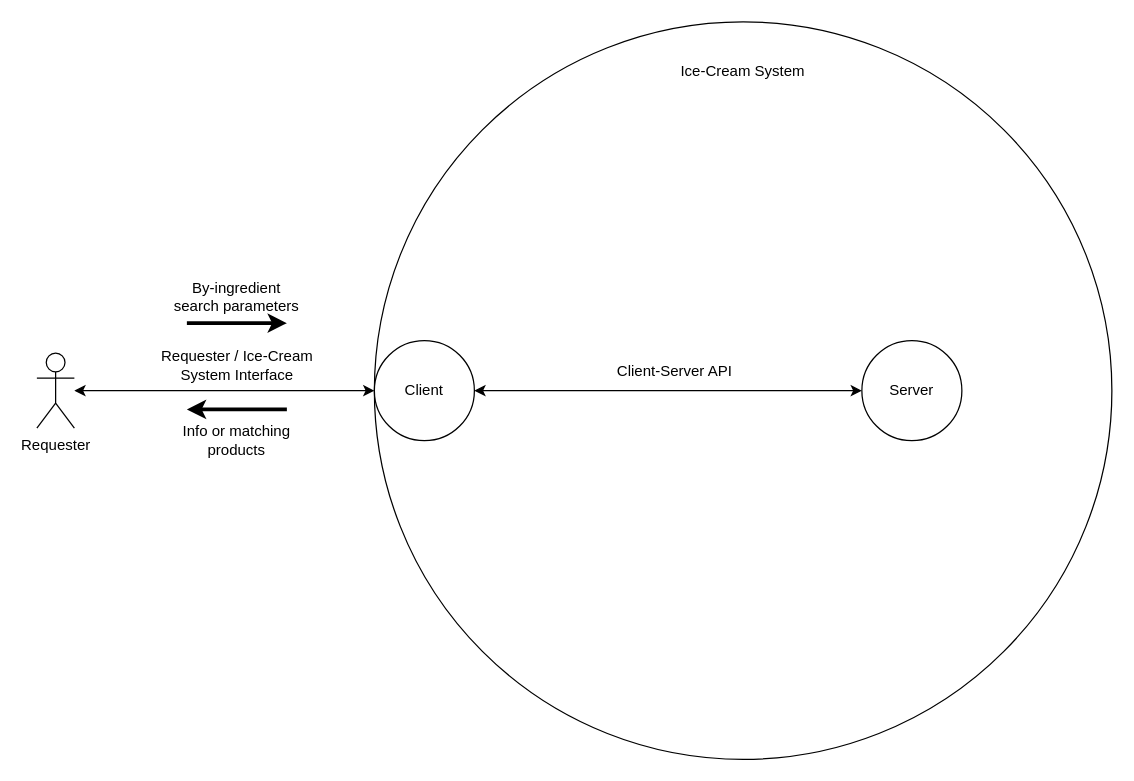
This is System_Analysis/Ice-Cream_System.drawio from tslever/Tom_Levers_Public_Git_Repository, a draw.io file, before an edit. Source tidied: cells renumbered, new cells numbered last; positions are measured from the earlier drawing's top-left corner, leaving out a move shared by most shapes. Both pictures are drawn from the tidied source at 125%, with x=0, y=0 at pixel (36, 21).
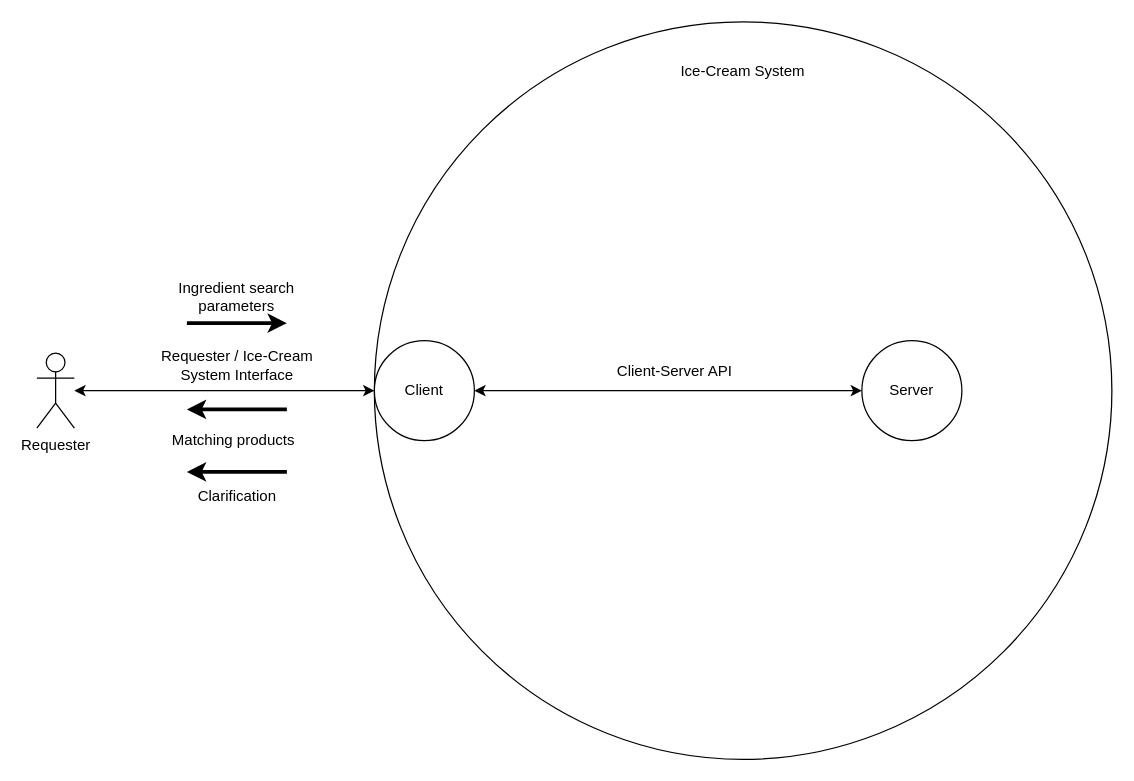
After the change.

The edit, as a diff of the source:
```diff
@@
-    <mxCell id="6" style="group;" parent="1" vertex="1">
-      <mxGeometry x="120" y="310" width="80" height="35" as="geometry" />
-    </mxCell>
-    <mxCell id="7" style="endArrow=none;html=1;strokeWidth=3;startArrow=classic;startFill=1;" parent="6" edge="1">
-      <mxGeometry relative="1" as="geometry">
-        <mxPoint as="sourcePoint" />
-        <mxPoint x="80" as="targetPoint" />
-      </mxGeometry>
-    </mxCell>
-    <mxCell id="8" value="Info or matching products" style="text;html=1;strokeColor=none;fillColor=none;align=center;verticalAlign=middle;whiteSpace=wrap;rounded=0;" parent="6" vertex="1">
-      <mxGeometry x="-5" y="15" width="90" height="20" as="geometry" />
-    </mxCell>
@@
-    <mxCell id="19" value="By-ingredient search parameters" style="text;html=1;strokeColor=none;fillColor=none;align=center;verticalAlign=middle;whiteSpace=wrap;rounded=0;" parent="1" vertex="1">
+    <mxCell id="19" value="Ingredient search parameters" style="text;html=1;strokeColor=none;fillColor=none;align=center;verticalAlign=middle;whiteSpace=wrap;rounded=0;" parent="1" vertex="1">
       <mxGeometry x="105" y="210" width="110" height="20" as="geometry" />
     </mxCell>
+    <mxCell id="7" style="endArrow=none;html=1;strokeWidth=3;startArrow=classic;startFill=1;" parent="1" edge="1">
+      <mxGeometry x="160" y="430" as="geometry">
+        <mxPoint x="120" y="310" as="sourcePoint" />
+        <mxPoint x="200" y="310" as="targetPoint" />
+      </mxGeometry>
+    </mxCell>
+    <mxCell id="8" value="Matching products" style="text;html=1;strokeColor=none;fillColor=none;align=center;verticalAlign=middle;whiteSpace=wrap;rounded=0;" parent="1" vertex="1">
+      <mxGeometry x="105" y="325" width="105" height="20" as="geometry" />
+    </mxCell>
+    <mxCell id="20" style="endArrow=none;html=1;strokeWidth=3;startArrow=classic;startFill=1;" parent="1" edge="1">
+      <mxGeometry x="160" y="480" as="geometry">
+        <mxPoint x="120" y="360" as="sourcePoint" />
+        <mxPoint x="200" y="360" as="targetPoint" />
+      </mxGeometry>
+    </mxCell>
+    <mxCell id="21" value="Clarification" style="text;html=1;strokeColor=none;fillColor=none;align=center;verticalAlign=middle;whiteSpace=wrap;rounded=0;" parent="1" vertex="1">
+      <mxGeometry x="107.5" y="370" width="105" height="20" as="geometry" />
+    </mxCell>
```
